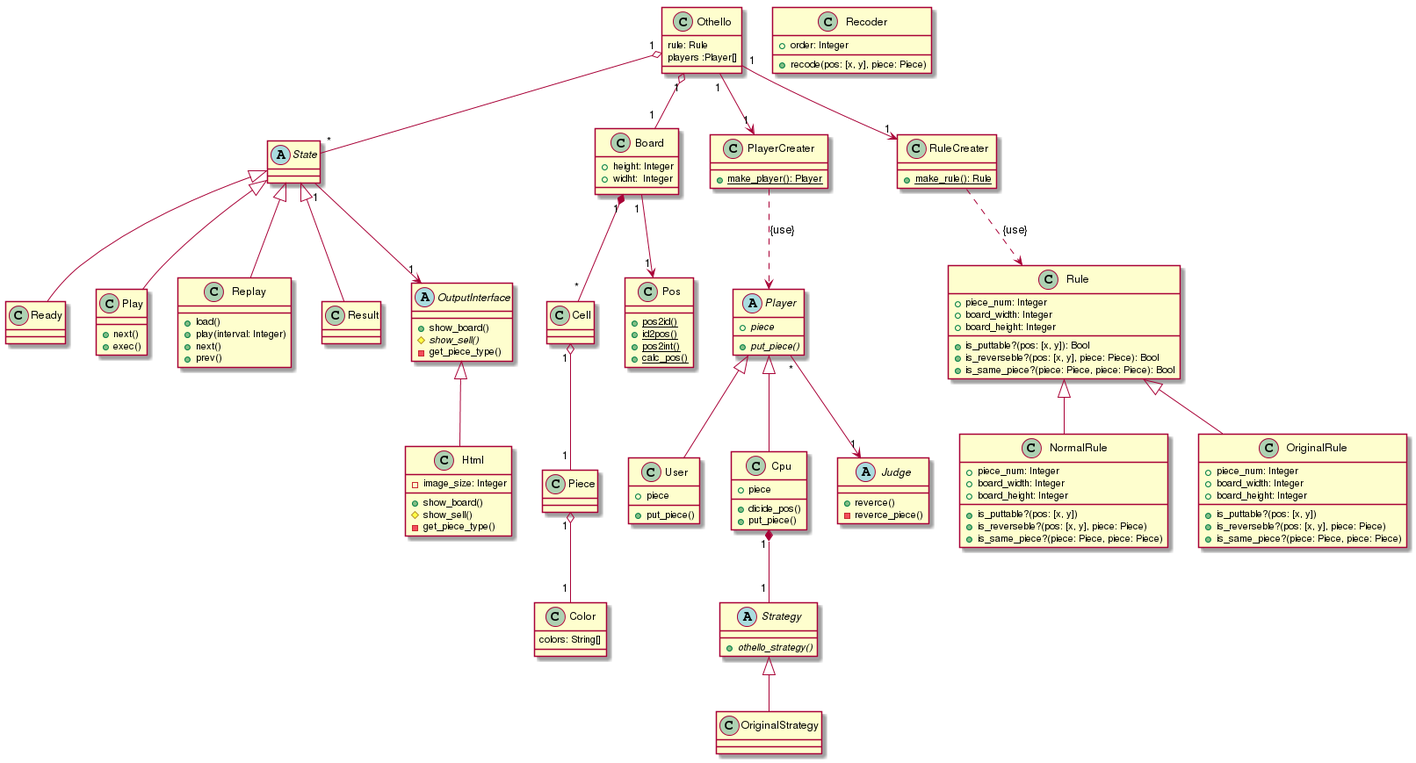
This is uml/othello.png from MaxMEllon/AppBox, a PlantUML export, as it was before one commit.
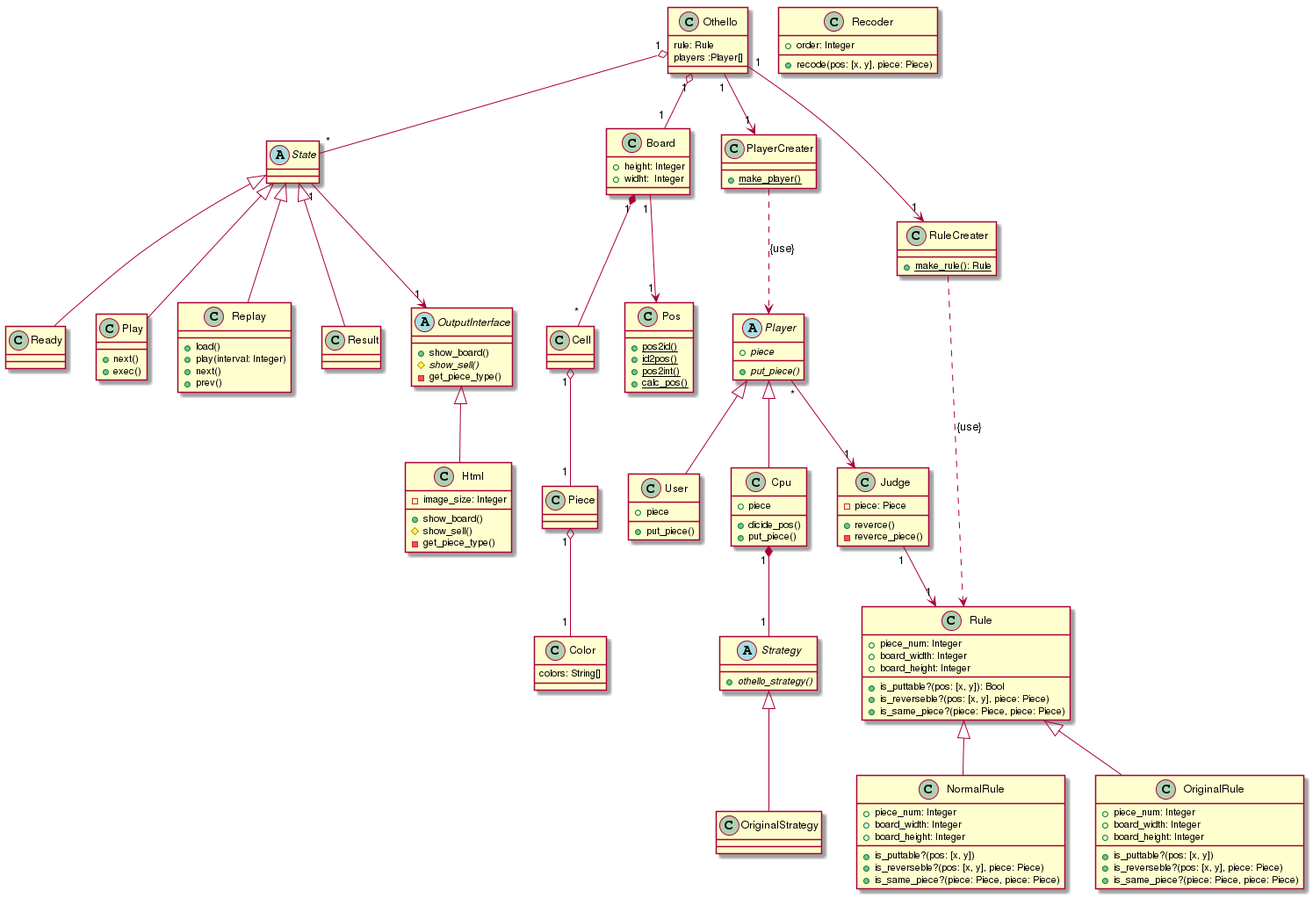
The same diagram one commit later.

Diff of the diagram source:
```diff
@@ -89,10 +89,11 @@
 }
 
 class PlayerCreater {
-  +{static} make_player(): Player
+  +{static} make_player()
 }
 
-abstract Judge {
+class Judge {
+  -piece: Piece
   +reverce()
   -reverce_piece()
 }
@@ -103,8 +104,8 @@
   +board_height: Integer
 
   +is_puttable?(pos: [x, y]): Bool
-  +is_reverseble?(pos: [x, y], piece: Piece): Bool
-  +is_same_piece?(piece: Piece, piece: Piece): Bool
+  +is_reverseble?(pos: [x, y], piece: Piece)
+  +is_same_piece?(piece: Piece, piece: Piece)
 }
 
 class NormalRule {
@@ -160,6 +161,8 @@
 Player <|-- User
 Player <|-- Cpu
 Player "*" --> "1" Judge
+
+Judge "1" --> "1" Rule
 Cpu "1" *-- "1" Strategy
 Strategy <|-- OriginalStrategy
 
```
